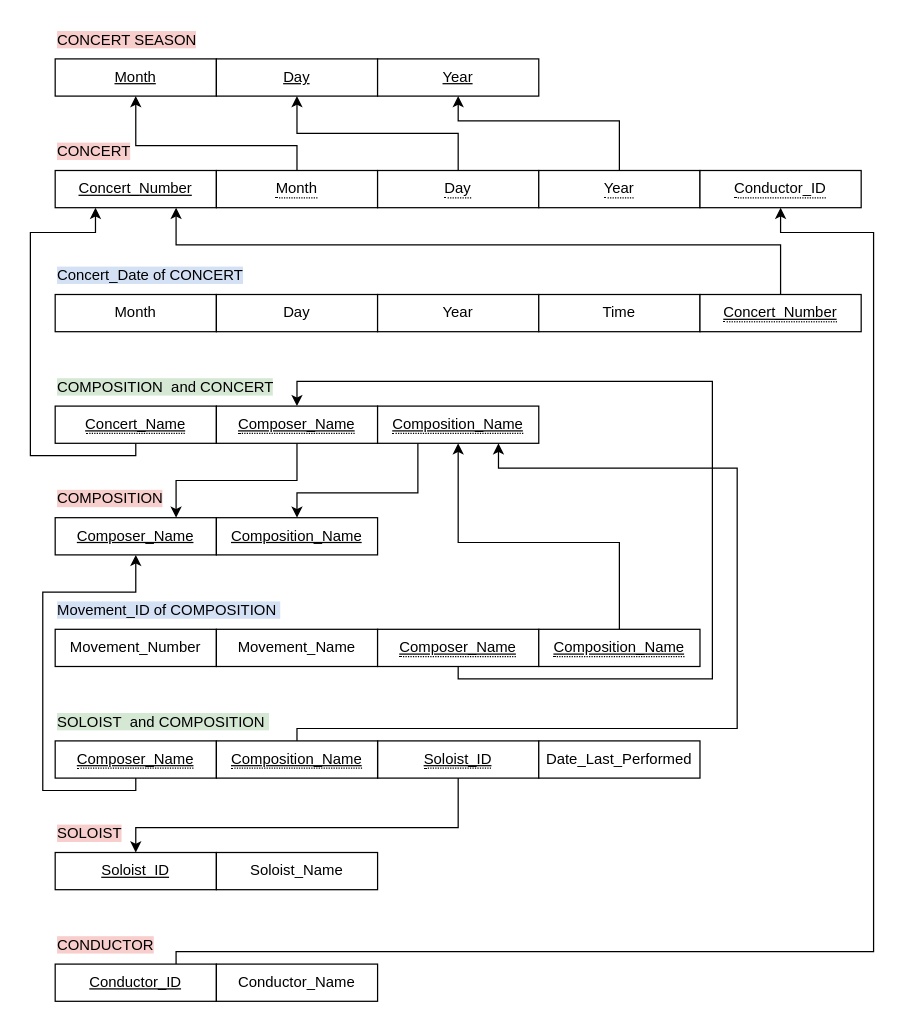
alicejimmy/2022-Bioinformatics-and-Medical-Databases-HW keeps this draw.io diagram as page "交響樂團資料庫2" (2 of 4) of HW2/HW2.drawio. Above is the earlier version. Source tidied: cells renumbered, new cells numbered last; positions are measured from the earlier drawing's top-left corner, leaving out a move shared by most shapes. Both pictures are drawn from the tidied source at 124%, with x=0, y=0 at pixel (30, 21).
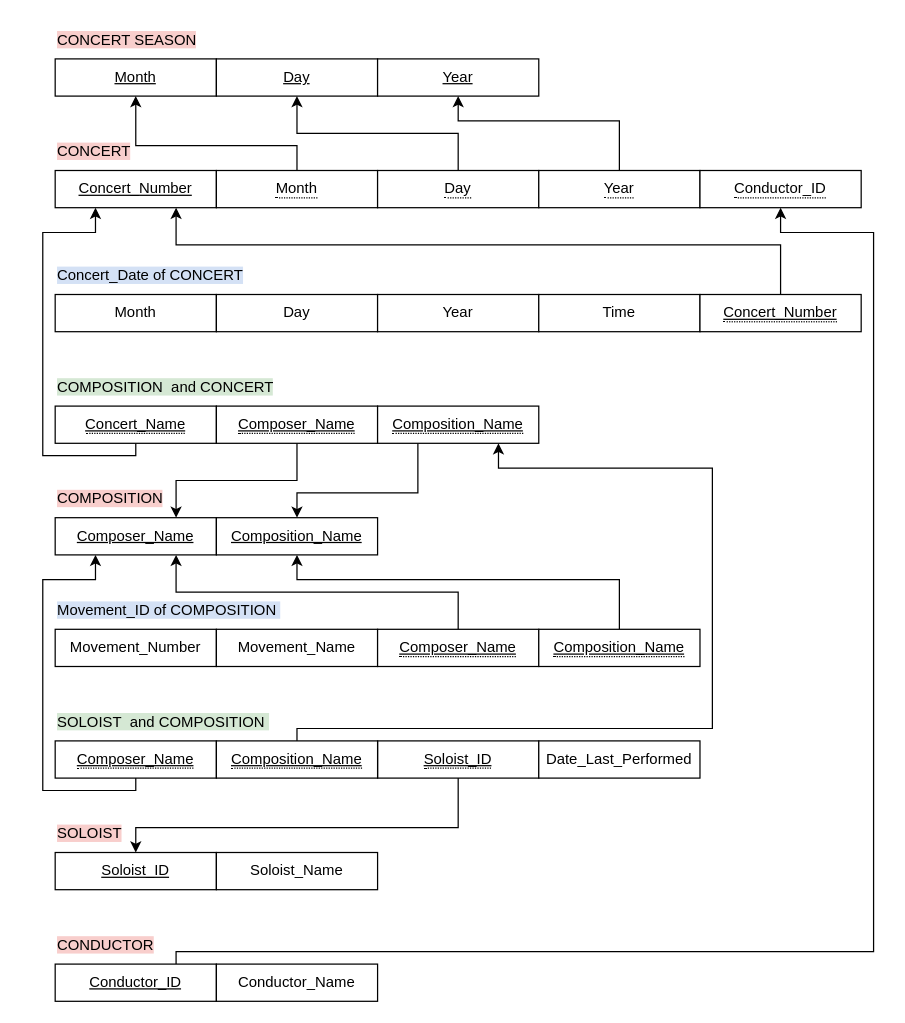
The same diagram, later.

Unchanged cells that the change refers to:
```xml
<mxCell id="3" value="&lt;u&gt;Concert_Number&lt;/u&gt;" style="whiteSpace=wrap;html=1;align=center;" parent="1" vertex="1">
  <mxGeometry x="20" y="120" width="130" height="30" as="geometry" />
</mxCell>
<mxCell id="20" value="&lt;u&gt;Composer_Name&lt;/u&gt;" style="whiteSpace=wrap;html=1;align=center;" parent="1" vertex="1">
  <mxGeometry x="20" y="400" width="130" height="30" as="geometry" />
</mxCell>
<mxCell id="21" value="&lt;u&gt;Composition_Name&lt;/u&gt;" style="whiteSpace=wrap;html=1;align=center;" parent="1" vertex="1">
  <mxGeometry x="150" y="400" width="130" height="30" as="geometry" />
</mxCell>
<mxCell id="26" value="&lt;span style=&quot;border-bottom: 1px dotted&quot;&gt;&lt;u&gt;Composer_Name&lt;/u&gt;&lt;/span&gt;" style="whiteSpace=wrap;html=1;align=center;" parent="1" vertex="1">
  <mxGeometry x="280" y="490" width="130" height="30" as="geometry" />
</mxCell>
<mxCell id="28" value="&lt;span style=&quot;border-bottom: 1px dotted&quot;&gt;&lt;u&gt;Composition_Name&lt;/u&gt;&lt;/span&gt;" style="whiteSpace=wrap;html=1;align=center;" parent="1" vertex="1">
  <mxGeometry x="410" y="490" width="130" height="30" as="geometry" />
</mxCell>
<mxCell id="41" value="&lt;span style=&quot;border-bottom: 1px dotted&quot;&gt;&lt;u&gt;Concert_Name&lt;/u&gt;&lt;/span&gt;" style="whiteSpace=wrap;html=1;align=center;" parent="1" vertex="1">
  <mxGeometry x="20" y="310" width="130" height="30" as="geometry" />
</mxCell>
<mxCell id="43" value="&lt;span style=&quot;border-bottom: 1px dotted&quot;&gt;&lt;u&gt;Composer_Name&lt;/u&gt;&lt;/span&gt;" style="whiteSpace=wrap;html=1;align=center;" parent="1" vertex="1">
  <mxGeometry x="150" y="310" width="130" height="30" as="geometry" />
</mxCell>
<mxCell id="45" value="&lt;span style=&quot;border-bottom: 1px dotted&quot;&gt;&lt;u&gt;Composition_Name&lt;/u&gt;&lt;/span&gt;" style="whiteSpace=wrap;html=1;align=center;" parent="1" vertex="1">
  <mxGeometry x="280" y="310" width="130" height="30" as="geometry" />
</mxCell>
<mxCell id="50" value="&lt;span style=&quot;border-bottom: 1px dotted&quot;&gt;&lt;u&gt;Composer_Name&lt;/u&gt;&lt;/span&gt;" style="whiteSpace=wrap;html=1;align=center;" parent="1" vertex="1">
  <mxGeometry x="20" y="580" width="130" height="30" as="geometry" />
</mxCell>
<mxCell id="52" value="&lt;span style=&quot;border-bottom: 1px dotted&quot;&gt;&lt;u&gt;Composition_Name&lt;/u&gt;&lt;/span&gt;" style="whiteSpace=wrap;html=1;align=center;" parent="1" vertex="1">
  <mxGeometry x="150" y="580" width="130" height="30" as="geometry" />
</mxCell>
```

Change to the diagram source:
```diff
@@
-    <mxCell id="25" style="edgeStyle=orthogonalEdgeStyle;rounded=0;jettySize=auto;html=1;exitX=0.5;exitY=1;exitDx=0;exitDy=0;entryX=0.5;entryY=0;entryDx=0;entryDy=0;elbow=vertical;" parent="1" edge="1" source="26" target="43">
+    <mxCell id="25" style="edgeStyle=orthogonalEdgeStyle;rounded=0;jettySize=auto;html=1;exitX=0.5;exitY=0;exitDx=0;exitDy=0;entryX=0.75;entryY=1;entryDx=0;entryDy=0;elbow=vertical;" parent="1" edge="1" source="26" target="20">
       <mxGeometry relative="1" as="geometry">
         <Array as="points">
-          <mxPoint x="345" y="530" />
-          <mxPoint x="550" y="530" />
-          <mxPoint x="550" y="290" />
-          <mxPoint x="215" y="290" />
+          <mxPoint x="345" y="460" />
+          <mxPoint x="117" y="460" />
         </Array>
       </mxGeometry>
     </mxCell>
@@
-    <mxCell id="27" style="edgeStyle=orthogonalEdgeStyle;rounded=0;jettySize=auto;html=1;exitX=0.5;exitY=0;exitDx=0;exitDy=0;entryX=0.5;entryY=1;entryDx=0;entryDy=0;elbow=vertical;" parent="1" edge="1" source="28" target="45">
+    <mxCell id="27" style="edgeStyle=orthogonalEdgeStyle;rounded=0;jettySize=auto;html=1;exitX=0.5;exitY=0;exitDx=0;exitDy=0;entryX=0.5;entryY=1;entryDx=0;entryDy=0;elbow=vertical;" parent="1" edge="1" source="28" target="21">
       <mxGeometry relative="1" as="geometry">
         <Array as="points">
-          <mxPoint x="475" y="420" />
-          <mxPoint x="345" y="420" />
+          <mxPoint x="475" y="450" />
+          <mxPoint x="215" y="450" />
         </Array>
       </mxGeometry>
     </mxCell>
@@
     <mxCell id="40" style="edgeStyle=orthogonalEdgeStyle;rounded=0;jettySize=auto;html=1;exitX=0.5;exitY=1;exitDx=0;exitDy=0;entryX=0.25;entryY=1;entryDx=0;entryDy=0;elbow=vertical;" parent="1" edge="1" source="41" target="3">
       <mxGeometry relative="1" as="geometry">
         <Array as="points">
           <mxPoint x="85" y="350" />
-          <mxPoint y="350" />
-          <mxPoint y="170" />
-          <mxPoint x="53" y="170" />
+          <mxPoint x="10" y="350" />
+          <mxPoint x="10" y="170" />
+          <mxPoint x="52" y="170" />
         </Array>
       </mxGeometry>
     </mxCell>
@@
-    <mxCell id="49" style="edgeStyle=orthogonalEdgeStyle;rounded=0;jettySize=auto;html=1;exitX=0.5;exitY=1;exitDx=0;exitDy=0;entryX=0.5;entryY=1;entryDx=0;entryDy=0;elbow=vertical;" parent="1" edge="1" source="50" target="20">
+    <mxCell id="49" style="edgeStyle=orthogonalEdgeStyle;rounded=0;jettySize=auto;html=1;exitX=0.5;exitY=1;exitDx=0;exitDy=0;entryX=0.25;entryY=1;entryDx=0;entryDy=0;elbow=vertical;" parent="1" edge="1" source="50" target="20">
       <mxGeometry relative="1" as="geometry">
         <Array as="points">
           <mxPoint x="85" y="620" />
           <mxPoint x="10" y="620" />
-          <mxPoint x="10" y="460" />
-          <mxPoint x="85" y="460" />
+          <mxPoint x="10" y="450" />
+          <mxPoint x="53" y="450" />
         </Array>
       </mxGeometry>
     </mxCell>
@@
     <mxCell id="51" style="edgeStyle=orthogonalEdgeStyle;rounded=0;jettySize=auto;html=1;exitX=0.5;exitY=0;exitDx=0;exitDy=0;entryX=0.75;entryY=1;entryDx=0;entryDy=0;elbow=vertical;" parent="1" edge="1" source="52" target="45">
       <mxGeometry relative="1" as="geometry">
         <Array as="points">
           <mxPoint x="215" y="570" />
-          <mxPoint x="570" y="570" />
-          <mxPoint x="570" y="360" />
-          <mxPoint x="377" y="360" />
+          <mxPoint x="550" y="570" />
+          <mxPoint x="550" y="360" />
+          <mxPoint x="378" y="360" />
         </Array>
       </mxGeometry>
     </mxCell>
```
